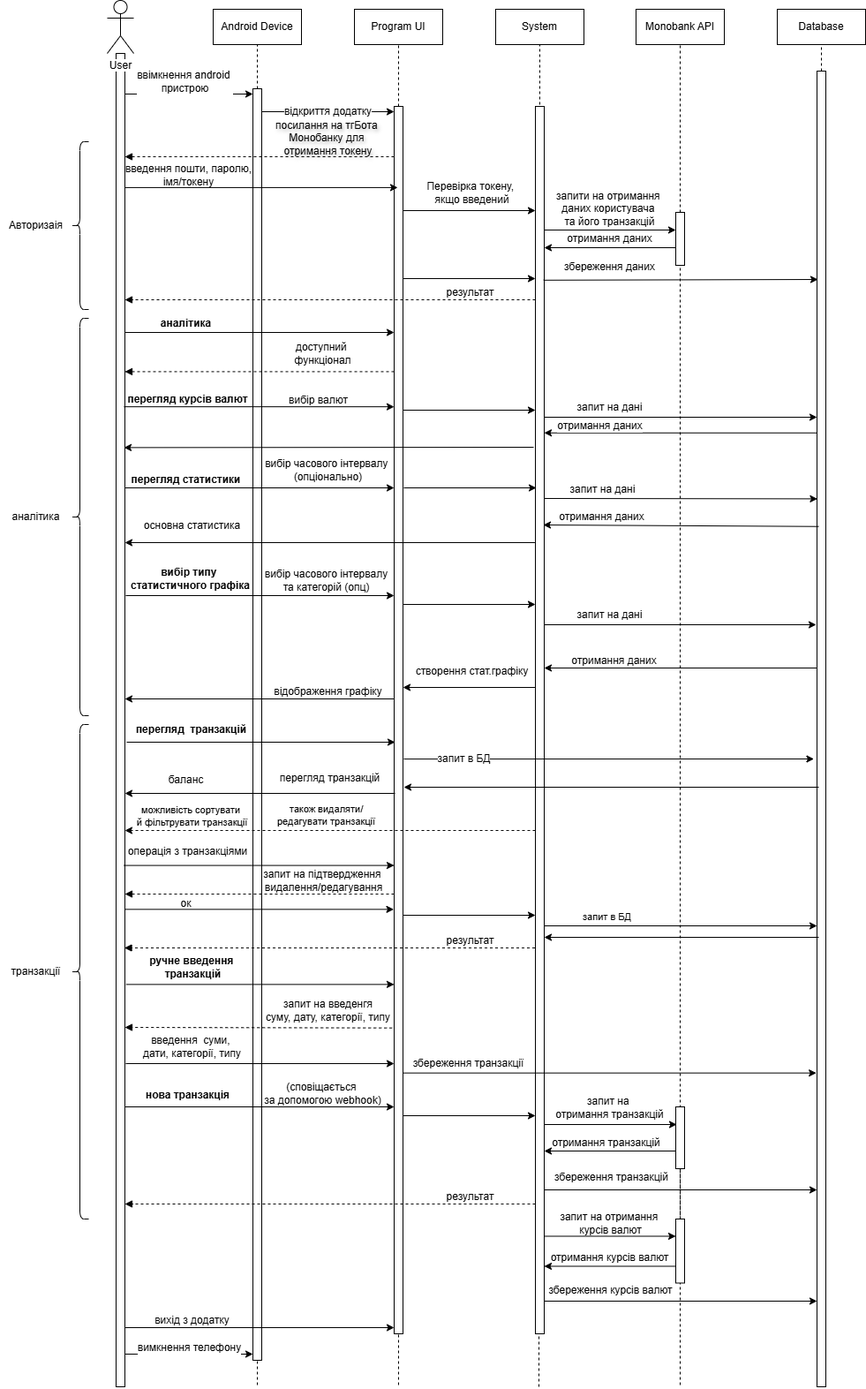
Earlier version of the draw.io export diagrams/UML/sequence_UMLdiag.drawio.png (deyme17/ExpensesTracker). Source tidied: cells renumbered, new cells last; positions are measured from the earlier drawing's top-left corner, leaving out a move shared by most shapes.
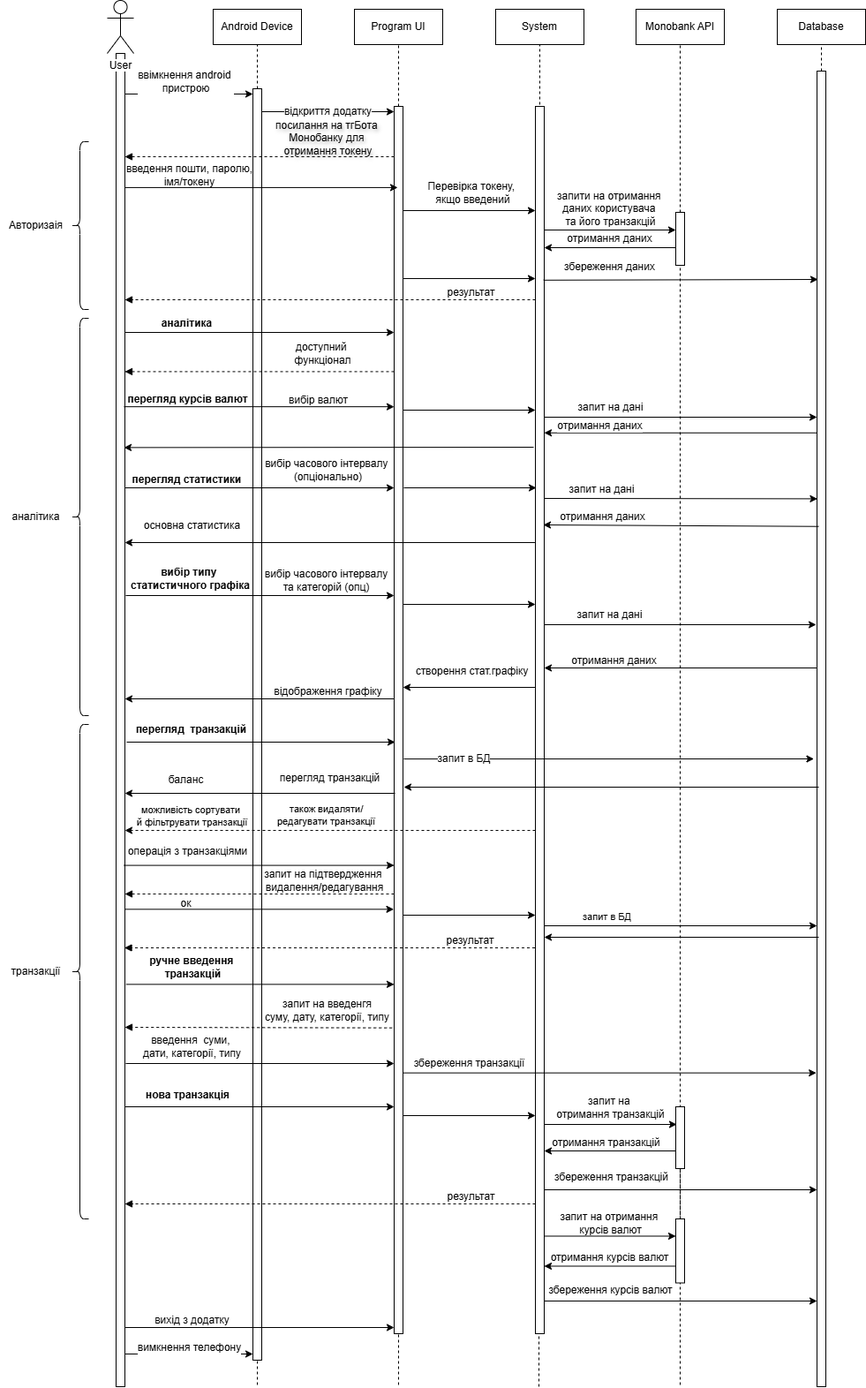
The same diagram one commit later.

Change to the diagram source:
```diff
@@ -383,9 +383,6 @@
         <mxPoint y="-7" as="offset" />
       </mxGeometry>
     </mxCell>
-    <mxCell id="85" value="(сповіщається&amp;nbsp;&lt;div&gt;за допомогою&amp;nbsp;webhook)&lt;/div&gt;" style="text;html=1;align=center;verticalAlign=middle;strokeColor=none;fillColor=none;fontStyle=0;fontSize=12;" parent="1" vertex="1">
-      <mxGeometry x="285" y="1218" width="160" height="40" as="geometry" />
-    </mxCell>
     <mxCell id="86" style="endArrow=classic;html=1;rounded=0;fontStyle=0;fontSize=12;" parent="1" edge="1">
       <mxGeometry relative="1" as="geometry">
         <mxPoint x="456" y="315" as="sourcePoint" />
```
